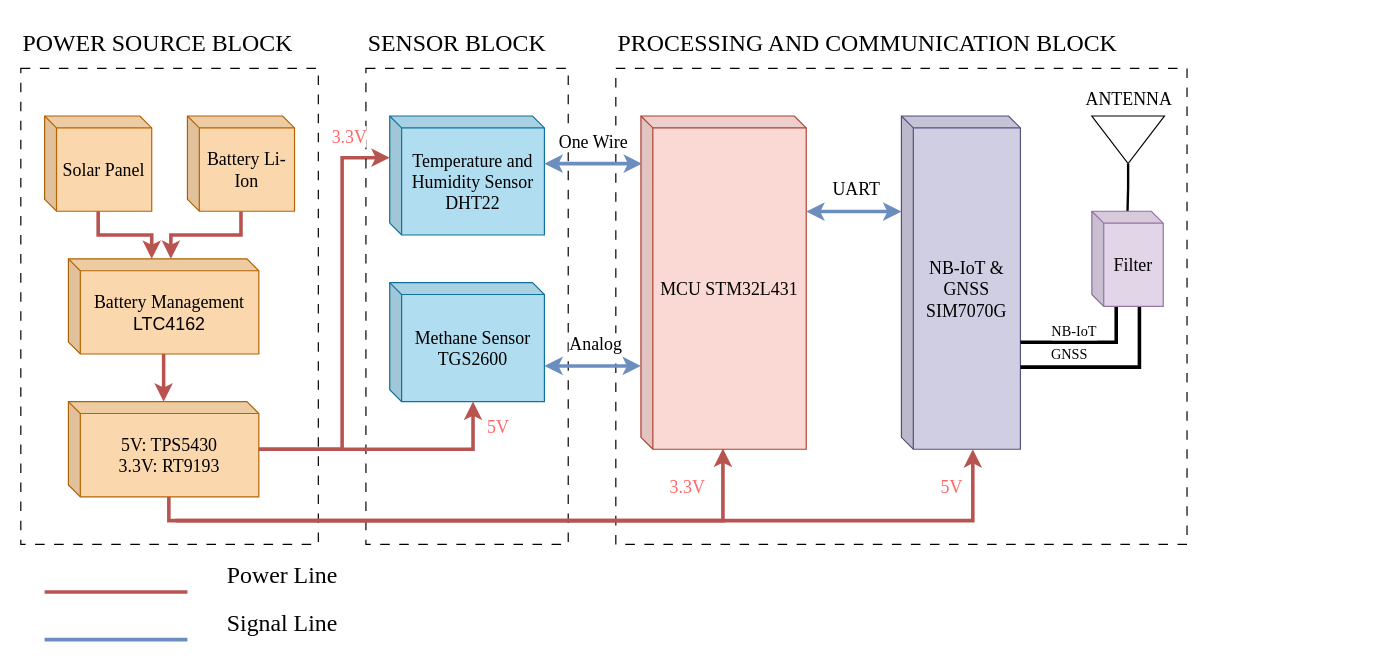
Earlier version of the draw.io diagram Project_overall.drawio (K2ayzz/ForDrawIO). Source tidied: cells renumbered, new cells numbered last; positions are measured from the earlier drawing's top-left corner, leaving out a move shared by most shapes. Both pictures are drawn from the tidied source at 119%, with x=0, y=0 at pixel (20, 20).
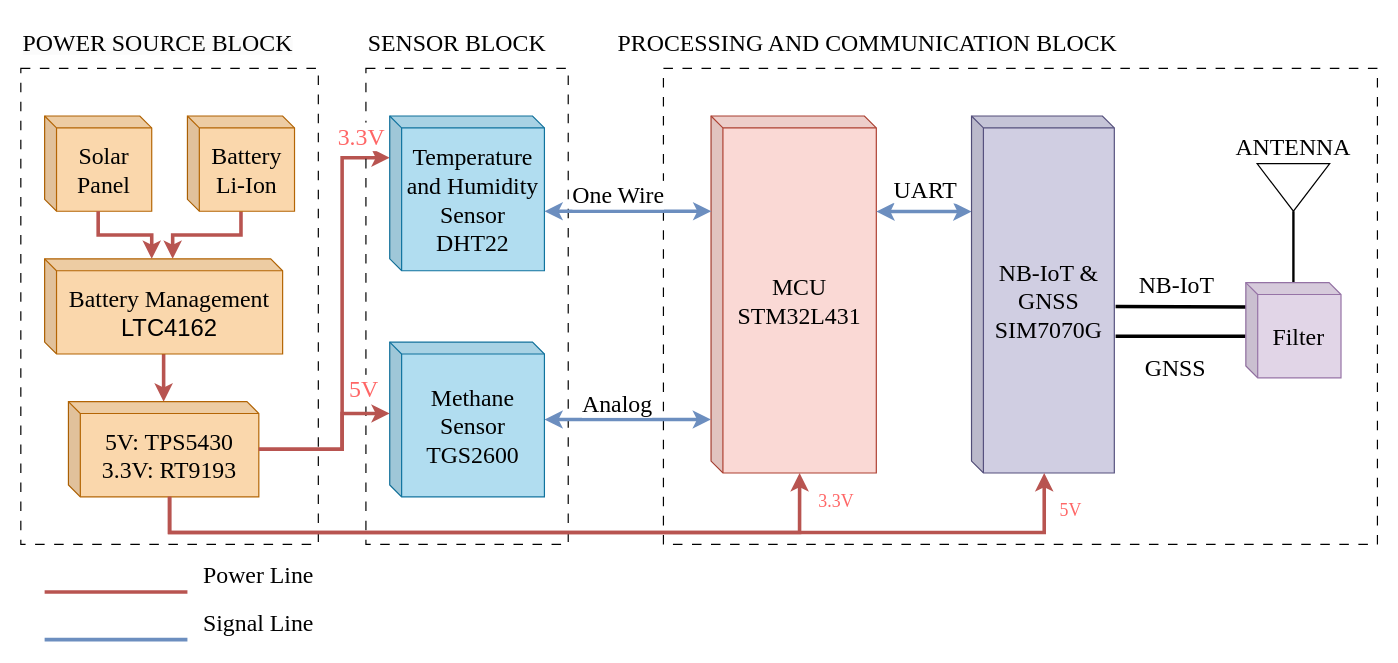
After the change.

Commit message:
Cập nhật Project_overall.drawio

Change to the diagram source:
```diff
@@
-    <mxCell id="2" value="&lt;font style=&quot;font-size: 15px;&quot; face=&quot;Times New Roman&quot;&gt;Solar Panel&lt;/font&gt;" style="shape=cube;whiteSpace=wrap;html=1;boundedLbl=1;backgroundOutline=1;darkOpacity=0.05;darkOpacity2=0.1;size=10;fillColor=#fad7ac;strokeColor=#b46504;" parent="1" vertex="1">
+    <mxCell id="2" value="&lt;font style=&quot;font-size: 20px;&quot; face=&quot;Times New Roman&quot;&gt;Solar Panel&lt;/font&gt;" style="shape=cube;whiteSpace=wrap;html=1;boundedLbl=1;backgroundOutline=1;darkOpacity=0.05;darkOpacity2=0.1;size=10;fillColor=#fad7ac;strokeColor=#b46504;" parent="1" vertex="1">
       <mxGeometry x="20" y="80" width="90" height="80" as="geometry" />
     </mxCell>
@@
-    <mxCell id="5" value="&lt;font style=&quot;font-size: 15px;&quot; face=&quot;Times New Roman&quot;&gt;Battery Li-Ion&lt;/font&gt;" style="shape=cube;whiteSpace=wrap;html=1;boundedLbl=1;backgroundOutline=1;darkOpacity=0.05;darkOpacity2=0.1;size=10;fillColor=#fad7ac;strokeColor=#b46504;" parent="1" vertex="1">
+    <mxCell id="5" value="&lt;font style=&quot;font-size: 20px;&quot; face=&quot;Times New Roman&quot;&gt;Battery Li-Ion&lt;/font&gt;" style="shape=cube;whiteSpace=wrap;html=1;boundedLbl=1;backgroundOutline=1;darkOpacity=0.05;darkOpacity2=0.1;size=10;fillColor=#fad7ac;strokeColor=#b46504;" parent="1" vertex="1">
       <mxGeometry x="140" y="80" width="90" height="80" as="geometry" />
     </mxCell>
@@
-    <mxCell id="7" value="&lt;font style=&quot;font-size: 15px;&quot; face=&quot;Times New Roman&quot;&gt;Battery Management&lt;/font&gt;&lt;div style=&quot;font-size: 15px;&quot;&gt;&lt;font style=&quot;font-size: 15px;&quot; face=&quot;bBwhuPaT6GNZoeY06O2n&quot;&gt;LTC4162&lt;/font&gt;&lt;/div&gt;" style="shape=cube;whiteSpace=wrap;html=1;boundedLbl=1;backgroundOutline=1;darkOpacity=0.05;darkOpacity2=0.1;size=10;fillColor=#fad7ac;strokeColor=#b46504;" parent="1" vertex="1">
-      <mxGeometry x="40" y="200" width="160" height="80" as="geometry" />
+    <mxCell id="7" value="&lt;font style=&quot;font-size: 20px;&quot; face=&quot;Times New Roman&quot;&gt;Battery Management&lt;/font&gt;&lt;div style=&quot;&quot;&gt;&lt;font style=&quot;font-size: 20px;&quot; face=&quot;bBwhuPaT6GNZoeY06O2n&quot;&gt;LTC4162&lt;/font&gt;&lt;/div&gt;" style="shape=cube;whiteSpace=wrap;html=1;boundedLbl=1;backgroundOutline=1;darkOpacity=0.05;darkOpacity2=0.1;size=10;fillColor=#fad7ac;strokeColor=#b46504;" parent="1" vertex="1">
+      <mxGeometry x="20" y="200" width="200" height="80" as="geometry" />
     </mxCell>
@@
-    <mxCell id="11" value="&lt;font style=&quot;font-size: 15px;&quot; face=&quot;Times New Roman&quot;&gt;ANTENNA&lt;/font&gt;" style="text;html=1;align=center;verticalAlign=middle;strokeColor=none;fillColor=none;" parent="1" vertex="1">
-      <mxGeometry x="880.5" y="50" width="100" height="30" as="geometry" />
+    <mxCell id="11" value="&lt;font face=&quot;Times New Roman&quot;&gt;ANTENNA&lt;/font&gt;" style="text;html=1;align=center;verticalAlign=middle;strokeColor=none;fillColor=none;fontSize=20;" parent="1" vertex="1">
+      <mxGeometry x="1009.4" y="85" width="120" height="40" as="geometry" />
     </mxCell>
-    <mxCell id="12" value="&lt;font style=&quot;font-size: 15px;&quot; face=&quot;Times New Roman&quot;&gt;5V: TPS5430&lt;/font&gt;&lt;div style=&quot;font-size: 15px;&quot;&gt;&lt;font style=&quot;font-size: 15px;&quot; face=&quot;Times New Roman&quot;&gt;3.3V: RT9193&lt;/font&gt;&lt;/div&gt;" style="shape=cube;whiteSpace=wrap;html=1;boundedLbl=1;backgroundOutline=1;darkOpacity=0.05;darkOpacity2=0.1;size=10;fillColor=#fad7ac;strokeColor=#b46504;" parent="1" vertex="1">
+    <mxCell id="12" value="&lt;font style=&quot;font-size: 20px;&quot; face=&quot;Times New Roman&quot;&gt;5V: TPS5430&lt;/font&gt;&lt;div style=&quot;&quot;&gt;&lt;font style=&quot;font-size: 20px;&quot; face=&quot;Times New Roman&quot;&gt;3.3V: RT9193&lt;/font&gt;&lt;/div&gt;" style="shape=cube;whiteSpace=wrap;html=1;boundedLbl=1;backgroundOutline=1;darkOpacity=0.05;darkOpacity2=0.1;size=10;fillColor=#fad7ac;strokeColor=#b46504;" parent="1" vertex="1">
       <mxGeometry x="40" y="320" width="160" height="80" as="geometry" />
     </mxCell>
@@
     <mxCell id="16" style="rounded=0;whiteSpace=wrap;html=1;glass=0;fillColor=none;dashed=1;dashPattern=8 8;" parent="1" vertex="1">
-      <mxGeometry x="500" y="40" width="480" height="400" as="geometry" />
+      <mxGeometry x="540" y="40" width="600" height="400" as="geometry" />
     </mxCell>
-    <mxCell id="17" value="&lt;font style=&quot;font-size: 15px;&quot; face=&quot;Times New Roman&quot;&gt;MCU STM32L431&lt;/font&gt;" style="shape=cube;whiteSpace=wrap;html=1;boundedLbl=1;backgroundOutline=1;darkOpacity=0.05;darkOpacity2=0.1;size=10;fillColor=#fad9d5;strokeColor=#ae4132;" parent="1" vertex="1">
-      <mxGeometry x="521.1" y="80" width="138.9" height="280" as="geometry" />
+    <mxCell id="17" value="&lt;font style=&quot;font-size: 20px;&quot; face=&quot;Times New Roman&quot;&gt;MCU STM32L431&lt;/font&gt;" style="shape=cube;whiteSpace=wrap;html=1;boundedLbl=1;backgroundOutline=1;darkOpacity=0.05;darkOpacity2=0.1;size=10;fillColor=#fad9d5;strokeColor=#ae4132;" parent="1" vertex="1">
+      <mxGeometry x="580" y="80" width="138.9" height="300" as="geometry" />
     </mxCell>
-    <mxCell id="18" value="&lt;font style=&quot;font-size: 15px;&quot; face=&quot;Times New Roman&quot;&gt;Temperature and Humidity Sensor DHT22&lt;/font&gt;" style="shape=cube;whiteSpace=wrap;html=1;boundedLbl=1;backgroundOutline=1;darkOpacity=0.05;darkOpacity2=0.1;size=10;fillColor=#b1ddf0;strokeColor=#10739e;" parent="1" vertex="1">
-      <mxGeometry x="310" y="80" width="130" height="100" as="geometry" />
+    <mxCell id="18" value="&lt;font style=&quot;font-size: 20px;&quot; face=&quot;Times New Roman&quot;&gt;Temperature and Humidity Sensor DHT22&lt;/font&gt;" style="shape=cube;whiteSpace=wrap;html=1;boundedLbl=1;backgroundOutline=1;darkOpacity=0.05;darkOpacity2=0.1;size=10;fillColor=#b1ddf0;strokeColor=#10739e;" parent="1" vertex="1">
+      <mxGeometry x="310" y="80" width="130" height="130" as="geometry" />
     </mxCell>
     <mxCell id="19" style="edgeStyle=orthogonalEdgeStyle;rounded=0;jettySize=auto;html=1;fontFamily=Helvetica;fontSize=12;fontColor=default;startArrow=classic;startFill=1;strokeWidth=3;fillColor=#dae8fc;gradientColor=#7ea6e0;strokeColor=#6c8ebf;" parent="1" edge="1" source="21" target="17">
       <mxGeometry relative="1" as="geometry">
         <Array as="points">
-          <mxPoint x="480" y="290" />
-          <mxPoint x="480" y="290" />
+          <mxPoint x="490" y="335" />
+          <mxPoint x="490" y="335" />
         </Array>
       </mxGeometry>
     </mxCell>
-    <mxCell id="20" value="&lt;font face=&quot;Times New Roman&quot; style=&quot;font-size: 15px;&quot;&gt;Analog&lt;/font&gt;" style="edgeLabel;html=1;align=center;verticalAlign=middle;rounded=0;strokeColor=default;fontFamily=Helvetica;fontSize=15;fontColor=default;fillColor=default;" parent="19" vertex="1">
+    <mxCell id="20" value="&lt;font face=&quot;Times New Roman&quot;&gt;Analog&lt;/font&gt;" style="edgeLabel;html=1;align=center;verticalAlign=middle;rounded=0;strokeColor=default;fontFamily=Helvetica;fontSize=20;fontColor=default;fillColor=default;" parent="19" vertex="1">
       <mxGeometry x="0.03" y="2" relative="1" as="geometry">
-        <mxPoint y="-18" as="offset" />
+        <mxPoint x="-12" y="-13" as="offset" />
       </mxGeometry>
     </mxCell>
-    <mxCell id="21" value="&lt;font style=&quot;font-size: 15px;&quot; face=&quot;Times New Roman&quot;&gt;Methane Sensor TGS2600&lt;/font&gt;" style="shape=cube;whiteSpace=wrap;html=1;boundedLbl=1;backgroundOutline=1;darkOpacity=0.05;darkOpacity2=0.1;size=10;fillColor=#b1ddf0;strokeColor=#10739e;" parent="1" vertex="1">
-      <mxGeometry x="310" y="220" width="130" height="100" as="geometry" />
+    <mxCell id="21" value="&lt;font style=&quot;font-size: 20px;&quot; face=&quot;Times New Roman&quot;&gt;Methane Sensor TGS2600&lt;/font&gt;" style="shape=cube;whiteSpace=wrap;html=1;boundedLbl=1;backgroundOutline=1;darkOpacity=0.05;darkOpacity2=0.1;size=10;fillColor=#b1ddf0;strokeColor=#10739e;" parent="1" vertex="1">
+      <mxGeometry x="310" y="270" width="130" height="130" as="geometry" />
     </mxCell>
-    <mxCell id="22" style="edgeStyle=orthogonalEdgeStyle;rounded=0;jettySize=auto;html=1;fontFamily=Helvetica;fontSize=12;fontColor=default;startArrow=classic;startFill=1;fillColor=#dae8fc;gradientColor=#7ea6e0;strokeColor=#6c8ebf;strokeWidth=3;" parent="1" edge="1" source="18">
+    <mxCell id="22" style="edgeStyle=orthogonalEdgeStyle;rounded=0;orthogonalLoop=1;jettySize=auto;html=1;fontFamily=Helvetica;fontSize=12;fontColor=default;startArrow=classic;startFill=1;fillColor=#dae8fc;gradientColor=#7ea6e0;strokeColor=#6c8ebf;strokeWidth=3;entryX=0.002;entryY=0.292;entryDx=0;entryDy=0;entryPerimeter=0;" parent="1" edge="1">
       <mxGeometry relative="1" as="geometry">
-        <mxPoint x="522" y="120" as="targetPoint" />
+        <mxPoint x="440" y="160" as="sourcePoint" />
+        <mxPoint x="580.3" y="160" as="targetPoint" />
         <Array as="points">
-          <mxPoint x="522" y="120" />
+          <mxPoint x="440" y="160" />
         </Array>
       </mxGeometry>
     </mxCell>
-    <mxCell id="23" value="&lt;font style=&quot;font-size: 15px;&quot;&gt;One Wire&lt;/font&gt;" style="edgeLabel;html=1;align=center;verticalAlign=middle;rounded=0;strokeColor=default;fontFamily=Times New Roman;fontSize=15;fontColor=default;fillColor=default;" parent="22" vertex="1">
+    <mxCell id="23" value="&lt;font&gt;One Wire&lt;/font&gt;" style="edgeLabel;html=1;align=center;verticalAlign=middle;rounded=0;strokeColor=default;fontFamily=Times New Roman;fontSize=20;fontColor=default;fillColor=default;" parent="22" vertex="1">
       <mxGeometry x="0.22" y="-2" relative="1" as="geometry">
-        <mxPoint x="-10" y="-22" as="offset" />
+        <mxPoint x="-25" y="-17" as="offset" />
       </mxGeometry>
     </mxCell>
     <mxCell id="24" style="edgeStyle=orthogonalEdgeStyle;rounded=0;jettySize=auto;html=1;fontFamily=Helvetica;fontSize=12;fontColor=default;startArrow=classic;startFill=1;strokeWidth=3;fillColor=#dae8fc;gradientColor=#7ea6e0;strokeColor=#6c8ebf;" parent="1" edge="1" source="17">
       <mxGeometry relative="1" as="geometry">
-        <mxPoint x="740" y="160.3" as="targetPoint" />
+        <mxPoint x="798.9" y="160.3" as="targetPoint" />
         <Array as="points">
-          <mxPoint x="740" y="160" />
+          <mxPoint x="798.9" y="160" />
         </Array>
       </mxGeometry>
     </mxCell>
-    <mxCell id="25" value="&lt;font style=&quot;font-size: 15px;&quot; face=&quot;Times New Roman&quot;&gt;UART&lt;/font&gt;" style="edgeLabel;html=1;align=center;verticalAlign=middle;rounded=0;strokeColor=default;fontFamily=Helvetica;fontSize=12;fontColor=default;fillColor=default;" parent="24" vertex="1">
+    <mxCell id="25" value="&lt;font face=&quot;Times New Roman&quot;&gt;UART&lt;/font&gt;" style="edgeLabel;html=1;align=center;verticalAlign=middle;rounded=0;strokeColor=default;fontFamily=Helvetica;fontSize=20;fontColor=default;fillColor=default;" parent="24" vertex="1">
       <mxGeometry x="-0.16" y="-2" relative="1" as="geometry">
         <mxPoint x="7" y="-22" as="offset" />
       </mxGeometry>
     </mxCell>
-    <mxCell id="26" style="edgeStyle=orthogonalEdgeStyle;rounded=0;jettySize=auto;html=1;fontFamily=Helvetica;fontSize=12;fontColor=default;strokeWidth=3;fillColor=#f8cecc;gradientColor=#ea6b66;strokeColor=#b85450;entryX=0.496;entryY=0.998;entryDx=0;entryDy=0;entryPerimeter=0;" parent="1" edge="1" target="17">
+    <mxCell id="26" style="edgeStyle=orthogonalEdgeStyle;rounded=0;jettySize=auto;html=1;fontFamily=Helvetica;fontSize=12;fontColor=default;strokeWidth=3;fillColor=#f8cecc;gradientColor=#ea6b66;strokeColor=#b85450;exitX=0;exitY=0;exitDx=85;exitDy=80;exitPerimeter=0;entryX=0;entryY=0;entryDx=74.445;entryDy=300;entryPerimeter=0;" parent="1" edge="1" source="12" target="17">
       <mxGeometry relative="1" as="geometry">
-        <mxPoint x="124.4" y="400" as="sourcePoint" />
         <Array as="points">
-          <mxPoint x="124" y="420" />
-          <mxPoint x="590" y="420" />
+          <mxPoint x="125" y="430" />
+          <mxPoint x="654" y="430" />
+          <mxPoint x="654" y="380" />
         </Array>
       </mxGeometry>
     </mxCell>
     <mxCell id="27" value="3.3V" style="edgeLabel;html=1;align=center;verticalAlign=middle;rounded=0;strokeColor=default;fontFamily=Times New Roman;fontSize=15;fontColor=#FF6666;fillColor=default;" parent="26" vertex="1">
       <mxGeometry x="0.88" y="-4" relative="1" as="geometry">
-        <mxPoint x="-34" y="-2" as="offset" />
+        <mxPoint x="26" y="-14" as="offset" />
       </mxGeometry>
     </mxCell>
@@
     <mxCell id="29" style="triangle;whiteSpace=wrap;html=1;rounded=0;strokeColor=default;align=center;verticalAlign=middle;fontFamily=Helvetica;fontSize=12;fontColor=default;fillColor=default;direction=south;" parent="1" vertex="1">
-      <mxGeometry x="900" y="80" width="61" height="40" as="geometry" />
+      <mxGeometry x="1038.9" y="120" width="61" height="40" as="geometry" />
     </mxCell>
-    <mxCell id="30" value="&lt;font style=&quot;font-size: 15px;&quot; face=&quot;Times New Roman&quot;&gt;NB-IoT &amp;amp; GNSS SIM7070G&lt;/font&gt;" style="shape=cube;whiteSpace=wrap;html=1;boundedLbl=1;backgroundOutline=1;darkOpacity=0.05;darkOpacity2=0.1;size=10;fillColor=#d0cee2;strokeColor=#56517e;" parent="1" vertex="1">
-      <mxGeometry x="740" y="80" width="100" height="280" as="geometry" />
+    <mxCell id="30" value="&lt;font style=&quot;font-size: 20px;&quot; face=&quot;Times New Roman&quot;&gt;NB-IoT &amp;amp; GNSS SIM7070G&lt;/font&gt;" style="shape=cube;whiteSpace=wrap;html=1;boundedLbl=1;backgroundOutline=1;darkOpacity=0.05;darkOpacity2=0.1;size=10;fillColor=#d0cee2;strokeColor=#56517e;" parent="1" vertex="1">
+      <mxGeometry x="798.9" y="80" width="120" height="300" as="geometry" />
     </mxCell>
-    <mxCell id="31" style="edgeStyle=orthogonalEdgeStyle;rounded=0;orthogonalLoop=1;jettySize=auto;html=1;fontFamily=Helvetica;fontSize=12;fontColor=default;fillColor=#f8cecc;gradientColor=#ea6b66;strokeColor=#b85450;strokeWidth=3;" parent="1" edge="1">
+    <mxCell id="31" style="edgeStyle=orthogonalEdgeStyle;rounded=0;jettySize=auto;html=1;fontFamily=Helvetica;fontSize=12;fontColor=default;fillColor=#f8cecc;gradientColor=#ea6b66;strokeColor=#b85450;strokeWidth=3;exitX=0;exitY=0;exitDx=85;exitDy=80;exitPerimeter=0;" parent="1" edge="1" source="12">
       <mxGeometry relative="1" as="geometry">
-        <mxPoint x="130" y="420" as="sourcePoint" />
-        <mxPoint x="800" y="360" as="targetPoint" />
+        <mxPoint x="860" y="380" as="targetPoint" />
         <Array as="points">
-          <mxPoint x="800" y="420" />
-          <mxPoint x="800" y="360" />
+          <mxPoint x="125" y="430" />
+          <mxPoint x="860" y="430" />
         </Array>
       </mxGeometry>
     </mxCell>
     <mxCell id="32" value="5V" style="edgeLabel;html=1;align=center;verticalAlign=middle;rounded=0;strokeColor=default;fontFamily=Times New Roman;fontSize=15;fontColor=#FF6666;fillColor=default;" parent="31" vertex="1">
       <mxGeometry x="0.5" relative="1" as="geometry">
-        <mxPoint x="103" y="-30" as="offset" />
+        <mxPoint x="175" y="-20" as="offset" />
       </mxGeometry>
     </mxCell>
-    <mxCell id="33" style="edgeStyle=orthogonalEdgeStyle;rounded=0;jettySize=auto;html=1;fontFamily=Helvetica;fontSize=12;fontColor=default;fillColor=#f8cecc;gradientColor=#ea6b66;strokeColor=#b85450;strokeWidth=3;" parent="1" edge="1" source="12">
+    <mxCell id="33" style="edgeStyle=orthogonalEdgeStyle;rounded=0;jettySize=auto;html=1;fontFamily=Helvetica;fontSize=12;fontColor=default;fillColor=#f8cecc;gradientColor=#ea6b66;strokeColor=#b85450;strokeWidth=3;entryX=0;entryY=0;entryDx=0;entryDy=60;entryPerimeter=0;" parent="1" edge="1" source="12" target="21">
       <mxGeometry relative="1" as="geometry">
-        <mxPoint x="380" y="320" as="targetPoint" />
         <Array as="points">
-          <mxPoint x="380" y="360" />
+          <mxPoint x="270" y="360" />
+          <mxPoint x="270" y="330" />
         </Array>
       </mxGeometry>
     </mxCell>
-    <mxCell id="34" style="edgeStyle=orthogonalEdgeStyle;rounded=0;jettySize=auto;html=1;fontFamily=Helvetica;fontSize=12;fontColor=default;endArrow=none;endFill=0;strokeWidth=3;entryX=1;entryY=0.679;entryDx=0;entryDy=0;entryPerimeter=0;" parent="1" edge="1" target="30">
+    <mxCell id="34" style="edgeStyle=orthogonalEdgeStyle;rounded=0;jettySize=auto;html=1;fontFamily=Helvetica;fontSize=12;fontColor=default;endArrow=none;endFill=0;strokeWidth=3;exitX=-0.022;exitY=0.256;exitDx=0;exitDy=0;exitPerimeter=0;" parent="1" edge="1" source="44">
       <mxGeometry relative="1" as="geometry">
-        <mxPoint x="920.5" y="240" as="sourcePoint" />
+        <mxPoint x="920" y="240" as="targetPoint" />
         <Array as="points">
-          <mxPoint x="921" y="270" />
+          <mxPoint x="1031" y="241" />
         </Array>
       </mxGeometry>
     </mxCell>
-    <mxCell id="35" value="&lt;font face=&quot;Times New Roman&quot;&gt;NB-IoT&lt;/font&gt;" style="edgeLabel;html=1;align=center;verticalAlign=middle;rounded=0;strokeColor=default;fontFamily=Helvetica;fontSize=12;fontColor=default;fillColor=default;" parent="34" vertex="1">
+    <mxCell id="35" value="&lt;font face=&quot;Times New Roman&quot;&gt;NB-IoT&lt;/font&gt;" style="edgeLabel;html=1;align=center;verticalAlign=middle;rounded=0;strokeColor=default;fontFamily=Helvetica;fontSize=20;fontColor=default;fillColor=default;" parent="34" vertex="1">
       <mxGeometry x="0.2" y="-3" relative="1" as="geometry">
-        <mxPoint y="-7" as="offset" />
+        <mxPoint x="5" y="-17" as="offset" />
       </mxGeometry>
     </mxCell>
-    <mxCell id="36" style="edgeStyle=orthogonalEdgeStyle;rounded=0;orthogonalLoop=1;jettySize=auto;html=1;fontFamily=Helvetica;fontSize=12;fontColor=default;endArrow=none;endFill=0;strokeWidth=3;" parent="1" edge="1">
+    <mxCell id="36" style="edgeStyle=orthogonalEdgeStyle;rounded=0;jettySize=auto;html=1;fontFamily=Helvetica;fontSize=12;fontColor=default;endArrow=none;endFill=0;strokeWidth=3;exitX=-0.003;exitY=0.564;exitDx=0;exitDy=0;exitPerimeter=0;" parent="1" edge="1" source="44">
       <mxGeometry relative="1" as="geometry">
-        <mxPoint x="940" y="240" as="sourcePoint" />
-        <mxPoint x="840" y="291" as="targetPoint" />
-        <Array as="points">
-          <mxPoint x="940" y="291" />
-        </Array>
+        <mxPoint x="920" y="265" as="targetPoint" />
       </mxGeometry>
     </mxCell>
-    <mxCell id="37" value="&lt;font face=&quot;Times New Roman&quot;&gt;GNSS&lt;/font&gt;" style="edgeLabel;html=1;align=center;verticalAlign=middle;rounded=0;strokeColor=default;fontFamily=Helvetica;fontSize=12;fontColor=default;fillColor=default;" parent="36" vertex="1">
+    <mxCell id="37" value="&lt;font style=&quot;font-size: 20px;&quot; face=&quot;Times New Roman&quot;&gt;GNSS&lt;/font&gt;" style="edgeLabel;html=1;align=center;verticalAlign=middle;rounded=0;strokeColor=default;fontFamily=Helvetica;fontSize=12;fontColor=default;fillColor=default;" parent="36" vertex="1">
       <mxGeometry x="0.27" y="-3" relative="1" as="geometry">
-        <mxPoint x="-15" y="-8" as="offset" />
+        <mxPoint x="10" y="28" as="offset" />
       </mxGeometry>
     </mxCell>
-    <mxCell id="38" value="&lt;font face=&quot;Times New Roman&quot;&gt;3.3V&lt;/font&gt;" style="edgeLabel;html=1;align=center;verticalAlign=middle;rounded=0;strokeColor=default;fontFamily=Helvetica;fontSize=15;fontColor=#FF6666;fillColor=default;" parent="1" vertex="1">
-      <mxGeometry x="570" y="400" as="geometry">
+    <mxCell id="38" value="&lt;font style=&quot;font-size: 20px;&quot; face=&quot;Times New Roman&quot;&gt;3.3V&lt;/font&gt;" style="edgeLabel;html=1;align=center;verticalAlign=middle;rounded=0;strokeColor=default;fontFamily=Helvetica;fontSize=15;fontColor=#FF6666;fillColor=default;" parent="1" vertex="1">
+      <mxGeometry x="580" y="400" as="geometry">
         <mxPoint x="-295" y="-304" as="offset" />
       </mxGeometry>
     </mxCell>
-    <mxCell id="39" value="&lt;font style=&quot;font-size: 15px;&quot;&gt;5V&lt;/font&gt;" style="edgeLabel;html=1;align=center;verticalAlign=middle;rounded=0;strokeColor=default;fontFamily=Times New Roman;fontSize=15;fontColor=#FF6666;fillColor=default;" parent="1" vertex="1">
-      <mxGeometry x="400" y="340" as="geometry" />
+    <mxCell id="39" value="&lt;font&gt;5V&lt;/font&gt;" style="edgeLabel;html=1;align=center;verticalAlign=middle;rounded=0;strokeColor=default;fontFamily=Times New Roman;fontSize=20;fontColor=#FF6666;fillColor=default;" parent="1" vertex="1">
+      <mxGeometry x="290" y="310" as="geometry">
+        <mxPoint x="-3" y="-2" as="offset" />
+      </mxGeometry>
     </mxCell>
@@
-    <mxCell id="42" value="&lt;span style=&quot;font-size: 20px;&quot;&gt;&lt;font face=&quot;Times New Roman&quot;&gt;Power Line&lt;/font&gt;&lt;/span&gt;" style="text;html=1;align=center;verticalAlign=middle;whiteSpace=wrap;rounded=0;fontFamily=Helvetica;fontSize=12;fontColor=default;" parent="1" vertex="1">
-      <mxGeometry x="160" y="450" width="120" height="30" as="geometry" />
+    <mxCell id="42" value="&lt;span&gt;&lt;font face=&quot;Times New Roman&quot;&gt;Power Line&lt;/font&gt;&lt;/span&gt;" style="text;html=1;align=center;verticalAlign=middle;whiteSpace=wrap;rounded=0;fontFamily=Helvetica;fontSize=20;fontColor=default;" parent="1" vertex="1">
+      <mxGeometry x="140" y="450" width="120" height="30" as="geometry" />
     </mxCell>
-    <mxCell id="43" value="&lt;font face=&quot;Times New Roman&quot; style=&quot;font-size: 20px;&quot;&gt;Signal Line&lt;/font&gt;" style="text;html=1;align=center;verticalAlign=middle;whiteSpace=wrap;rounded=0;fontFamily=Helvetica;fontSize=12;fontColor=default;" parent="1" vertex="1">
-      <mxGeometry x="160" y="490" width="120" height="30" as="geometry" />
+    <mxCell id="43" value="&lt;font face=&quot;Times New Roman&quot;&gt;Signal Line&lt;/font&gt;" style="text;html=1;align=center;verticalAlign=middle;whiteSpace=wrap;rounded=0;fontFamily=Helvetica;fontSize=20;fontColor=default;" parent="1" vertex="1">
+      <mxGeometry x="140" y="490" width="120" height="30" as="geometry" />
     </mxCell>
-    <mxCell id="44" value="&lt;font style=&quot;font-size: 15px;&quot; face=&quot;Times New Roman&quot;&gt;Filter&lt;/font&gt;" style="shape=cube;whiteSpace=wrap;html=1;boundedLbl=1;backgroundOutline=1;darkOpacity=0.05;darkOpacity2=0.1;size=10;fillColor=#e1d5e7;strokeColor=#9673a6;" parent="1" vertex="1">
-      <mxGeometry x="900" y="160" width="60" height="80" as="geometry" />
+    <mxCell id="44" value="&lt;font style=&quot;font-size: 20px;&quot; face=&quot;Times New Roman&quot;&gt;Filter&lt;/font&gt;" style="shape=cube;whiteSpace=wrap;html=1;boundedLbl=1;backgroundOutline=1;darkOpacity=0.05;darkOpacity2=0.1;size=10;fillColor=#e1d5e7;strokeColor=#9673a6;" parent="1" vertex="1">
+      <mxGeometry x="1029.4" y="220" width="80" height="80" as="geometry" />
     </mxCell>
```
